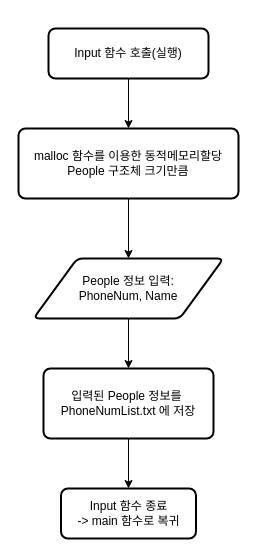
Above: Input 기능 순서도.drawio in skatld123/NSH (draw.io), before the change. Source tidied: cells renumbered, new cells numbered last; positions are measured from the earlier drawing's top-left corner, leaving out a move shared by most shapes. Both pictures are drawn from the tidied source at 100%, with x=0, y=0 at pixel (18, 28).
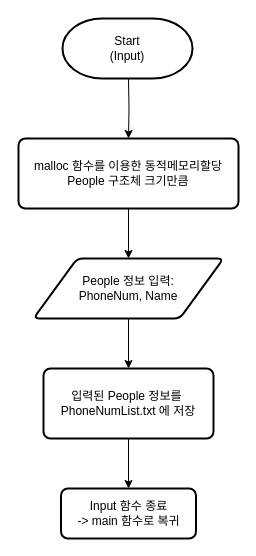
Above is the later version.

Commit message:
Input 기능 순서도.drawio 업데이트

The edit, as a diff of the source:
```diff
@@
 <mxGraphModel>
   <root>
     <mxCell id="0" />
     <mxCell id="1" parent="0" />
-    <mxCell id="2" style="edgeStyle=orthogonalEdgeStyle;rounded=0;jettySize=auto;html=1;exitX=0.5;exitY=1;exitDx=0;exitDy=0;entryX=0.5;entryY=0;entryDx=0;entryDy=0;" parent="1" edge="1" source="3" target="7">
-      <mxGeometry relative="1" as="geometry" />
+    <mxCell id="2" style="edgeStyle=orthogonalEdgeStyle;rounded=0;jettySize=auto;html=1;exitX=0.5;exitY=1;exitDx=0;exitDy=0;entryX=0.5;entryY=0;entryDx=0;entryDy=0;" parent="1" edge="1" target="7">
+      <mxGeometry relative="1" as="geometry">
+        <mxPoint x="110" y="50" as="sourcePoint" />
+      </mxGeometry>
     </mxCell>
-    <mxCell id="3" value="Input 함수 호출(실행)" style="rounded=1;whiteSpace=wrap;html=1;absoluteArcSize=1;arcSize=14;strokeWidth=2;" parent="1" vertex="1">
-      <mxGeometry x="30" width="160" height="50" as="geometry" />
-    </mxCell>
     <mxCell id="4" style="edgeStyle=orthogonalEdgeStyle;rounded=0;jettySize=auto;html=1;exitX=0.5;exitY=1;exitDx=0;exitDy=0;entryX=0.5;entryY=0;entryDx=0;entryDy=0;" parent="1" edge="1" source="5" target="9">
       <mxGeometry relative="1" as="geometry" />
     </mxCell>
     <mxCell id="5" value="People 정보 입력:&lt;br&gt;PhoneNum, Name" style="shape=parallelogram;html=1;strokeWidth=2;perimeter=parallelogramPerimeter;whiteSpace=wrap;rounded=1;arcSize=12;size=0.23;" parent="1" vertex="1">
       <mxGeometry x="15" y="230" width="190" height="60" as="geometry" />
     </mxCell>
     <mxCell id="6" style="edgeStyle=orthogonalEdgeStyle;rounded=0;jettySize=auto;html=1;exitX=0.5;exitY=1;exitDx=0;exitDy=0;entryX=0.5;entryY=0;entryDx=0;entryDy=0;" parent="1" edge="1" source="7" target="5">
       <mxGeometry relative="1" as="geometry" />
     </mxCell>
     <mxCell id="7" value="malloc 함수를 이용한 동적메모리할당&lt;br&gt;People 구조체 크기만큼" style="rounded=1;whiteSpace=wrap;html=1;absoluteArcSize=1;arcSize=14;strokeWidth=2;" parent="1" vertex="1">
-      <mxGeometry y="100" width="220" height="70" as="geometry" />
+      <mxGeometry y="110" width="220" height="70" as="geometry" />
     </mxCell>
     <mxCell id="8" style="edgeStyle=orthogonalEdgeStyle;rounded=0;jettySize=auto;html=1;exitX=0.5;exitY=1;exitDx=0;exitDy=0;" parent="1" edge="1" source="9" target="10">
       <mxGeometry relative="1" as="geometry" />
     </mxCell>
     <mxCell id="9" value="입력된 People 정보를&amp;nbsp;&lt;br&gt;PhoneNumList.txt 에 저장" style="rounded=1;whiteSpace=wrap;html=1;absoluteArcSize=1;arcSize=14;strokeWidth=2;" parent="1" vertex="1">
       <mxGeometry x="25" y="340" width="170" height="70" as="geometry" />
     </mxCell>
     <mxCell id="10" value="Input 함수 종료&lt;br&gt;-&amp;gt; main 함수로 복귀" style="rounded=1;whiteSpace=wrap;html=1;absoluteArcSize=1;arcSize=14;strokeWidth=2;" parent="1" vertex="1">
       <mxGeometry x="42.5" y="460" width="135" height="50" as="geometry" />
     </mxCell>
+    <mxCell id="11" value="Start&lt;br&gt;(Input)" style="strokeWidth=2;html=1;shape=mxgraph.flowchart.terminator;whiteSpace=wrap;" parent="1" vertex="1">
+      <mxGeometry x="44" y="-10" width="130" height="60" as="geometry" />
+    </mxCell>
   </root>
 </mxGraphModel>
```
